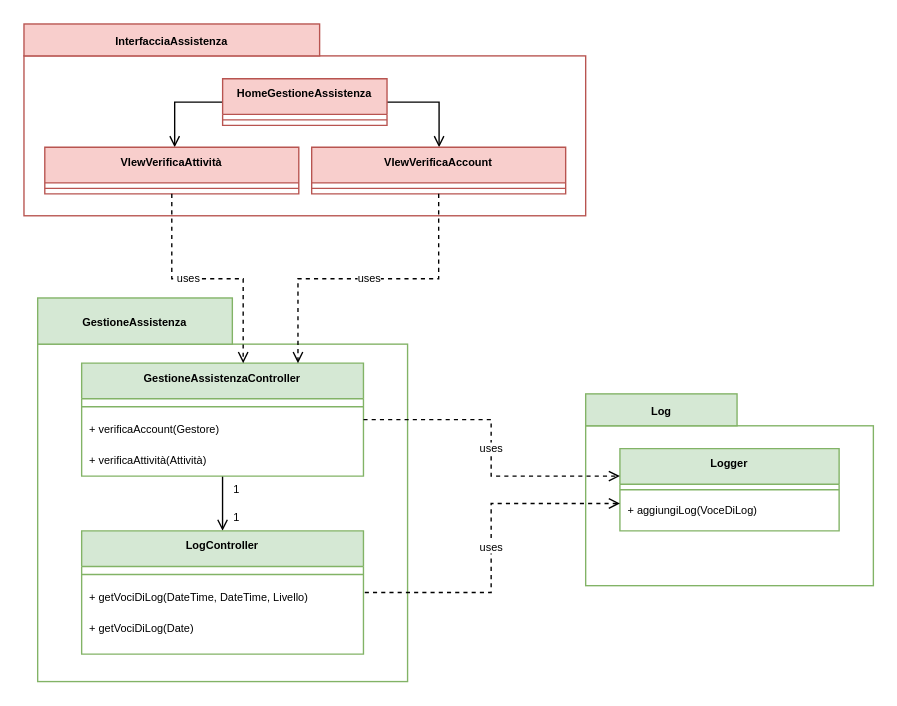
Before: page "Assistenza" (4 of 7) of diagrammaPackage.drawio in Marco-Burattoni/Progetto-ids, a draw.io diagram. Source tidied: cells renumbered, new cells numbered last; positions are measured from the earlier drawing's top-left corner, leaving out a move shared by most shapes. Both pictures are drawn from the tidied source at 137%, with x=0, y=0 at pixel (23, 23).
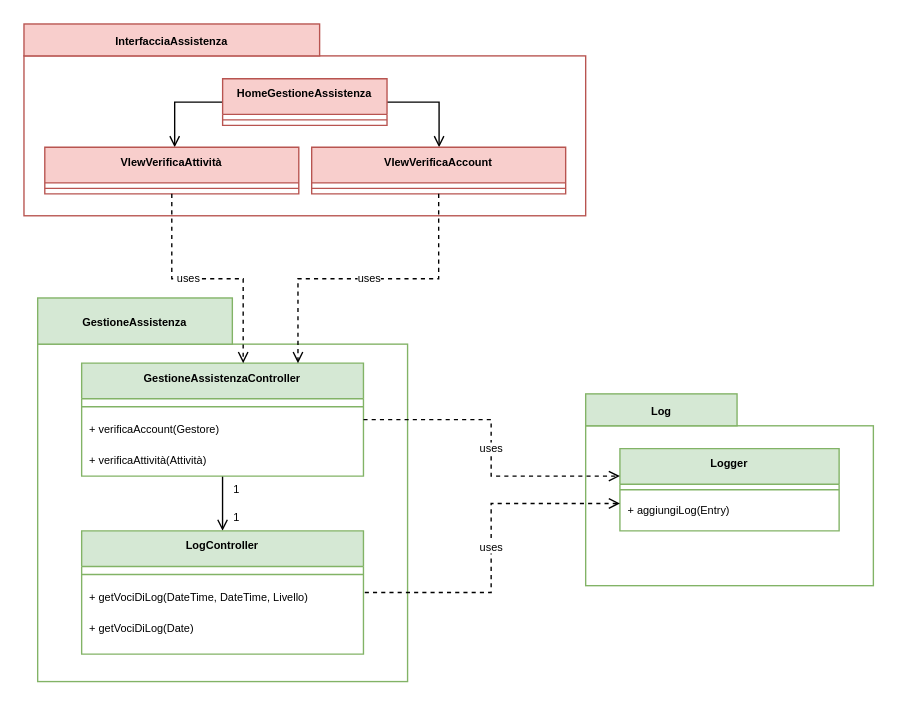
The same diagram, later.

Unchanged cells that the change refers to:
```xml
<mxCell id="16" value="Logger" style="swimlane;fontStyle=1;align=center;verticalAlign=top;horizontal=1;startSize=26;shadow=0;sketch=0;fillStyle=auto;strokeColor=#82B366;fontSize=8;fillColor=#D5E8D4;gradientColor=none;" parent="13" vertex="1">
  <mxGeometry x="25" y="40" width="160" height="60" as="geometry" />
</mxCell>
```

Change to the diagram source:
```diff
@@
-    <mxCell id="18" value="+ aggiungiLog(VoceDiLog)" style="text;strokeColor=none;fillColor=none;align=left;verticalAlign=top;spacingLeft=4;spacingRight=4;overflow=hidden;shadow=0;sketch=0;fillStyle=auto;fontSize=8;whiteSpace=wrap;" parent="16" vertex="1">
+    <mxCell id="18" value="+ aggiungiLog(Entry)" style="text;strokeColor=none;fillColor=none;align=left;verticalAlign=top;spacingLeft=4;spacingRight=4;overflow=hidden;shadow=0;sketch=0;fillStyle=auto;fontSize=8;whiteSpace=wrap;" parent="16" vertex="1">
       <mxGeometry y="34" width="160" height="26" as="geometry" />
     </mxCell>
```
